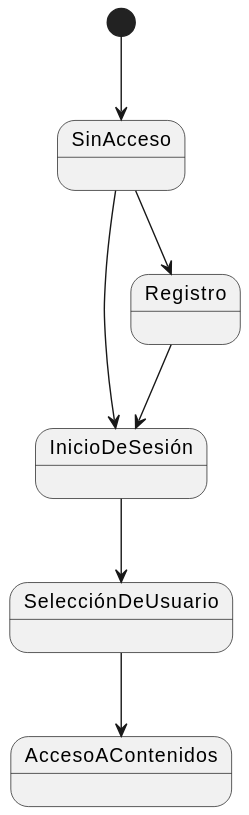
Above: images/svg/examen/diagramaDeEstadosExamen.svg in Ingenieria-Informatica-UNEATLANTICO/app-actividad-post-parcial-lostal (PlantUML), before the change.
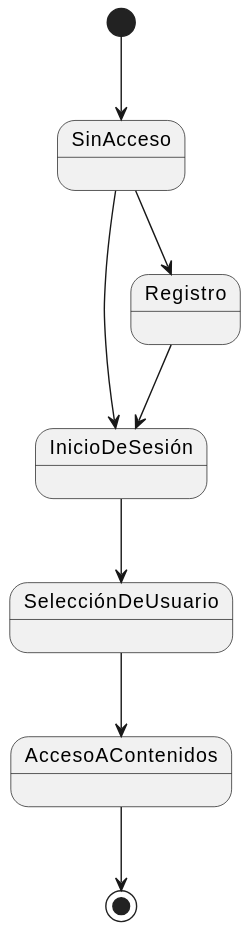
After the commit.

Commit message:
primera iteracion de los diagramas

What changed in the source:
```diff
@@ -6,4 +6,6 @@
 Registro --> InicioDeSesión
 InicioDeSesión --> SelecciónDeUsuario
 SelecciónDeUsuario --> AccesoAContenidos
+
+AccesoAContenidos --> [*]
 @enduml
```
